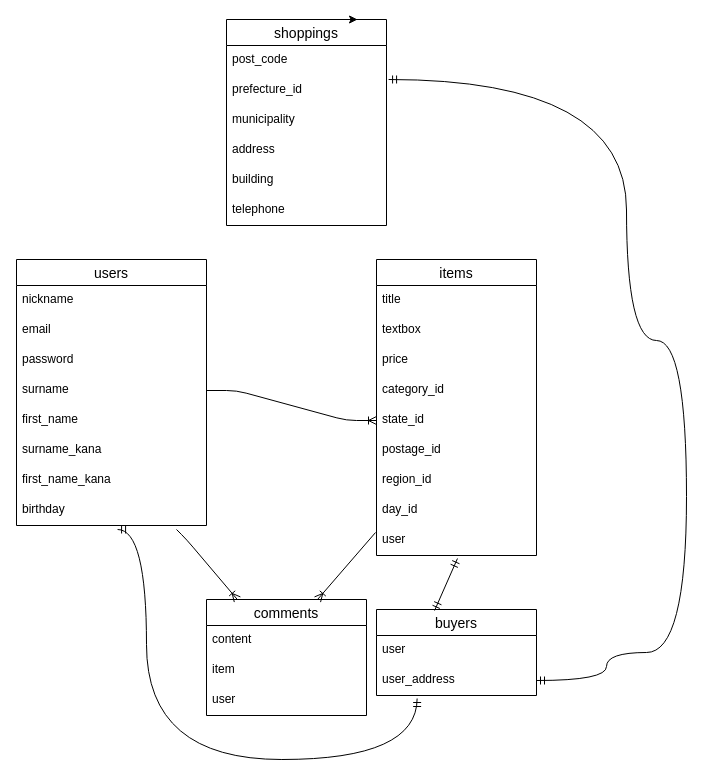
Before: test.dio in obakaito05/furima-39126, a draw.io diagram. Source tidied: cells renumbered, new cells numbered last; positions are measured from the earlier drawing's top-left corner, leaving out a move shared by most shapes. Both pictures are drawn from the tidied source at 100%, with x=0, y=0 at pixel (16, 19).
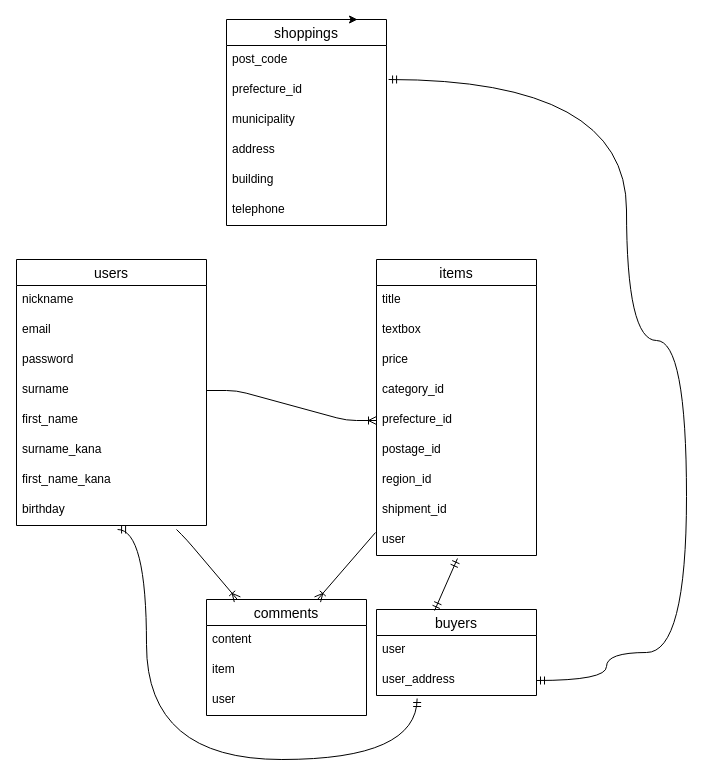
The same page after the edit.

Commit message (it also covers changes not shown here):
データベース設計の修正4

Unchanged cells that the change refers to:
```xml
<mxCell id="11" value="items" style="swimlane;fontStyle=0;horizontal=1;startSize=26;align=center;fontSize=14;" parent="1" vertex="1">
  <mxGeometry x="360" y="240" width="160" height="296" as="geometry" />
</mxCell>
```

What changed in the source:
```diff
@@
-    <mxCell id="16" value="state_id" style="text;strokeColor=none;fillColor=none;spacingLeft=4;spacingRight=4;overflow=hidden;points=[[0,0.5],[1,0.5]];portConstraint=eastwest;fontSize=12;" parent="11" vertex="1">
+    <mxCell id="16" value="prefecture_id" style="text;strokeColor=none;fillColor=none;spacingLeft=4;spacingRight=4;overflow=hidden;points=[[0,0.5],[1,0.5]];portConstraint=eastwest;fontSize=12;" parent="11" vertex="1">
       <mxGeometry y="146" width="160" height="30" as="geometry" />
     </mxCell>
@@
-    <mxCell id="19" value="day_id" style="text;strokeColor=none;fillColor=none;spacingLeft=4;spacingRight=4;overflow=hidden;fontSize=12;" parent="11" vertex="1">
+    <mxCell id="19" value="shipment_id" style="text;strokeColor=none;fillColor=none;spacingLeft=4;spacingRight=4;overflow=hidden;fontSize=12;" parent="11" vertex="1">
       <mxGeometry y="236" width="160" height="30" as="geometry" />
     </mxCell>
```
